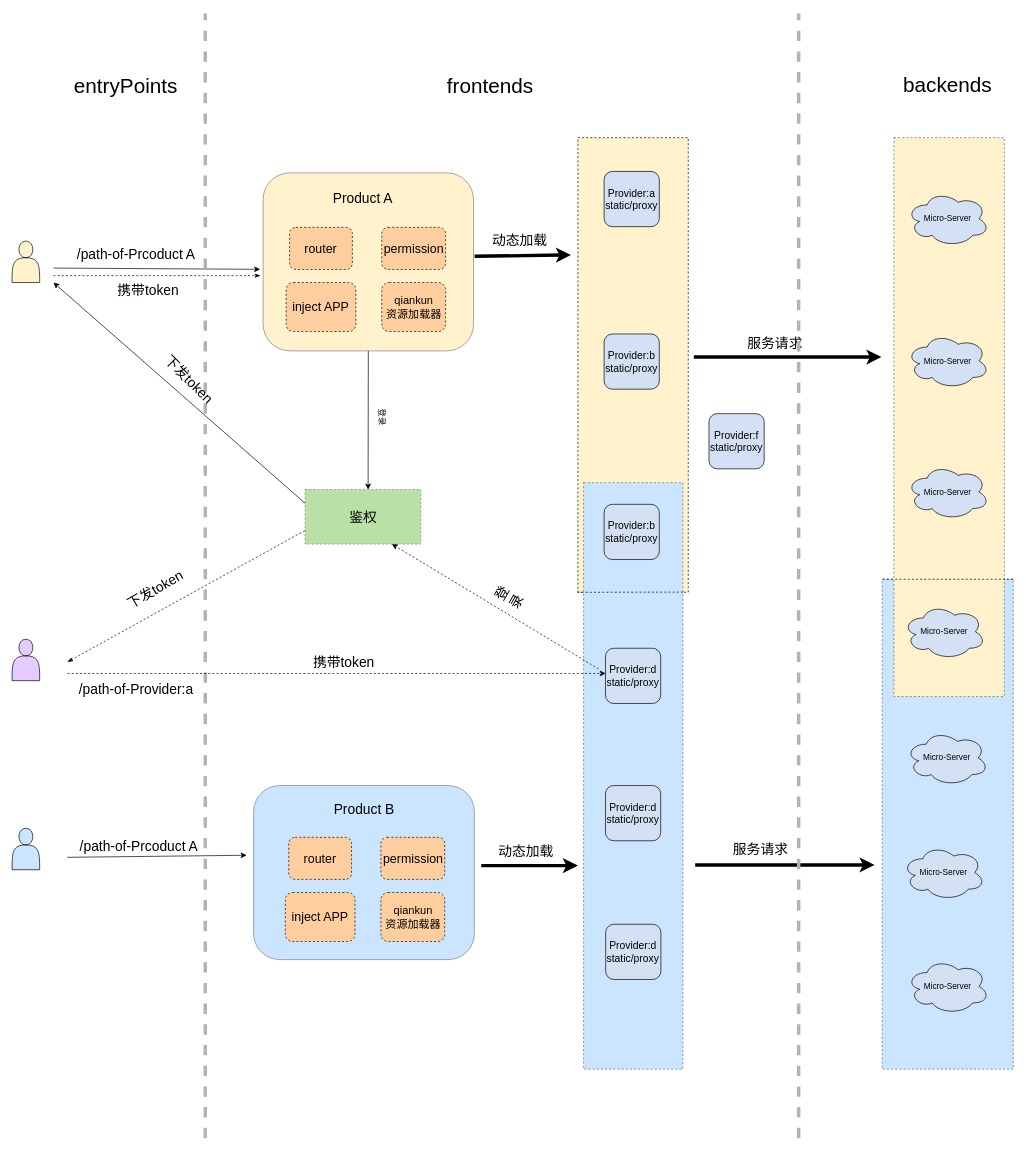
wall-wxk/12306 keeps this draw.io diagram as page "Page-3" (2 of 3) of Untitled Diagram.drawio. Above is the earlier version. Source tidied: cells renumbered, new cells numbered last; positions are measured from the earlier drawing's top-left corner, leaving out a move shared by most shapes. Both pictures are drawn from the tidied source at 69%, with x=0, y=0 at pixel (12, 13).
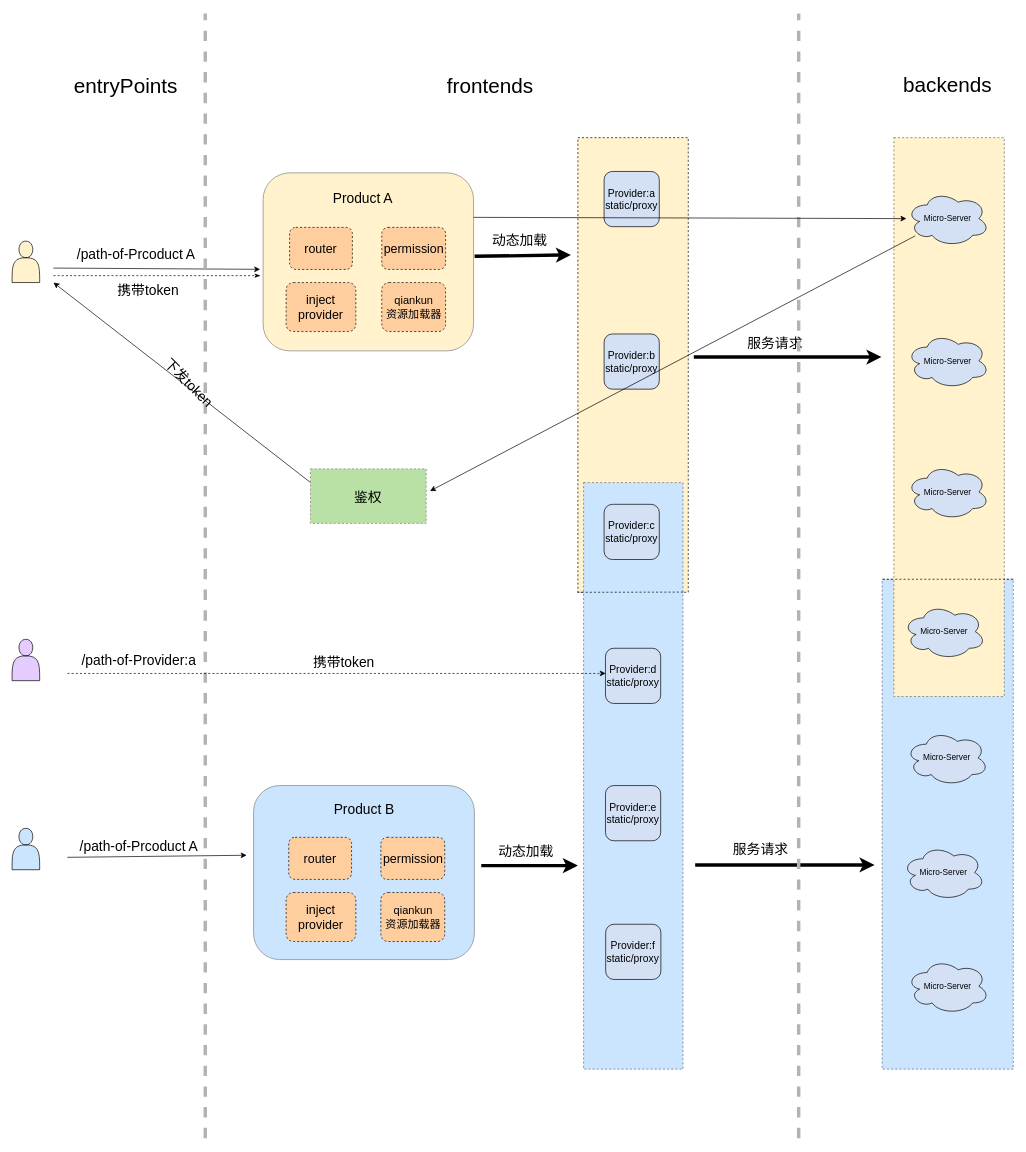
The same page after the edit.

The change refers to these unchanged cells:
```xml
<mxCell id="7" style="rounded=1;whiteSpace=wrap;html=1;strokeColor=#808080;fillColor=#FFF2CC;" parent="1" vertex="1">
  <mxGeometry x="363.8" y="231" width="305" height="258" as="geometry" />
</mxCell>
<mxCell id="16" value="&lt;span&gt;Micro-Server&lt;/span&gt;" style="ellipse;shape=cloud;whiteSpace=wrap;html=1;rounded=1;shadow=0;fillColor=#D4E1F5;" parent="1" vertex="1">
  <mxGeometry x="1296.2" y="257.5" width="120" height="80" as="geometry" />
</mxCell>
```

Change to the diagram source:
```diff
@@
-    <mxCell id="11" value="&lt;span&gt;&lt;font style=&quot;font-size: 18px&quot;&gt;inject APP&lt;/font&gt;&lt;/span&gt;" style="rounded=1;whiteSpace=wrap;html=1;shadow=0;fillColor=#FFCE9F;dashed=1;" parent="1" vertex="1">
+    <mxCell id="11" value="&lt;font style=&quot;font-size: 18px&quot;&gt;&lt;span&gt;&lt;font style=&quot;font-size: 18px&quot;&gt;inject pr&lt;/font&gt;&lt;/span&gt;ovider&lt;/font&gt;" style="rounded=1;whiteSpace=wrap;html=1;shadow=0;fillColor=#FFCE9F;dashed=1;" parent="1" vertex="1">
       <mxGeometry x="397.2" y="390" width="101" height="71" as="geometry" />
     </mxCell>
@@
-    <mxCell id="22" value="&lt;font style=&quot;font-size: 15px&quot;&gt;Provider:f&lt;br&gt;static/proxy&lt;/font&gt;" style="whiteSpace=wrap;html=1;rounded=1;fillColor=#D4E1F5;" parent="1" vertex="1">
-      <mxGeometry x="1010" y="580" width="80" height="80" as="geometry" />
-    </mxCell>
@@
-    <mxCell id="29" value="&lt;span&gt;&lt;font style=&quot;font-size: 18px&quot;&gt;inject APP&lt;/font&gt;&lt;/span&gt;" style="rounded=1;whiteSpace=wrap;html=1;shadow=0;fillColor=#FFCE9F;dashed=1;" parent="1" vertex="1">
-      <mxGeometry x="396" y="1274" width="101" height="71" as="geometry" />
-    </mxCell>
@@
-    <mxCell id="35" value="&lt;font style=&quot;font-size: 15px&quot;&gt;Provider:d&lt;br&gt;&lt;span&gt;static/proxy&lt;/span&gt;&lt;/font&gt;" style="whiteSpace=wrap;html=1;rounded=1;fillColor=#D4E1F5;" parent="1" vertex="1">
+    <mxCell id="35" value="&lt;font style=&quot;font-size: 15px&quot;&gt;Provider:f&lt;br&gt;&lt;span&gt;static/proxy&lt;/span&gt;&lt;/font&gt;" style="whiteSpace=wrap;html=1;rounded=1;fillColor=#D4E1F5;" parent="1" vertex="1">
       <mxGeometry x="860.3" y="1320" width="80" height="80" as="geometry" />
     </mxCell>
@@
     <mxCell id="40" value="&lt;span style=&quot;font-size: 20px&quot;&gt;鉴权&lt;/span&gt;" style="rounded=0;whiteSpace=wrap;html=1;shadow=0;dashed=1;strokeColor=#808080;fillColor=#B9E0A5;fontColor=#000000;" parent="1" vertex="1">
-      <mxGeometry x="424.6" y="690" width="167.8" height="79" as="geometry" />
+      <mxGeometry x="432.4" y="660" width="167.8" height="79" as="geometry" />
     </mxCell>
@@
-    <mxCell id="47" value="&lt;font style=&quot;font-size: 15px&quot;&gt;Provider:d&lt;br&gt;&lt;span&gt;static/proxy&lt;/span&gt;&lt;/font&gt;" style="whiteSpace=wrap;html=1;rounded=1;fillColor=#D4E1F5;" parent="1" vertex="1">
+    <mxCell id="47" value="&lt;font style=&quot;font-size: 15px&quot;&gt;Provider:e&lt;br&gt;&lt;span&gt;static/proxy&lt;/span&gt;&lt;/font&gt;" style="whiteSpace=wrap;html=1;rounded=1;fillColor=#D4E1F5;" parent="1" vertex="1">
       <mxGeometry x="860" y="1119" width="80" height="80" as="geometry" />
     </mxCell>
@@
-    <mxCell id="51" value="&lt;font style=&quot;font-size: 15px&quot;&gt;Provider:b&lt;br&gt;static/proxy&lt;/font&gt;" style="whiteSpace=wrap;html=1;rounded=1;fillColor=#D4E1F5;" parent="1" vertex="1">
+    <mxCell id="51" value="&lt;font style=&quot;font-size: 15px&quot;&gt;Provider:c&lt;br&gt;static/proxy&lt;/font&gt;" style="whiteSpace=wrap;html=1;rounded=1;fillColor=#D4E1F5;" parent="1" vertex="1">
       <mxGeometry x="858" y="711.4" width="80" height="80" as="geometry" />
     </mxCell>
@@
     <mxCell id="53" value="&lt;span style=&quot;font-size: 20px&quot;&gt;/path-of-Provider:a&lt;/span&gt;" style="text;html=1;strokeColor=none;fillColor=none;align=center;verticalAlign=middle;whiteSpace=wrap;rounded=0;shadow=0;" parent="1" vertex="1">
-      <mxGeometry x="80.3" y="967" width="200" height="23" as="geometry" />
+      <mxGeometry x="84" y="925.5" width="200" height="23" as="geometry" />
     </mxCell>
@@
-    <mxCell id="58" style="endArrow=classic;html=1;strokeColor=#000000;strokeWidth=1;fontColor=#000000;exitX=0.5;exitY=1;exitDx=0;exitDy=0;" parent="1" edge="1" source="7">
-      <mxGeometry relative="1" as="geometry">
-        <mxPoint x="516" y="690" as="targetPoint" />
-      </mxGeometry>
-    </mxCell>
@@
-    <mxCell id="60" style="endArrow=classic;html=1;strokeColor=#000000;strokeWidth=1;fontColor=#000000;dashed=1;entryX=0.75;entryY=1;entryDx=0;entryDy=0;" parent="1" edge="1" target="40">
-      <mxGeometry relative="1" as="geometry">
-        <mxPoint x="850" y="950" as="sourcePoint" />
-      </mxGeometry>
-    </mxCell>
-    <mxCell id="61" style="endArrow=none;dashed=1;html=1;strokeColor=#000000;strokeWidth=1;fontColor=#000000;startArrow=classicThin;startFill=1;entryX=0;entryY=0.75;entryDx=0;entryDy=0;" parent="1" edge="1" target="40">
-      <mxGeometry relative="1" as="geometry">
-        <mxPoint x="80" y="940" as="sourcePoint" />
-      </mxGeometry>
-    </mxCell>
-    <mxCell id="62" value="&lt;font style=&quot;font-size: 20px&quot;&gt;下发token&lt;/font&gt;" style="text;html=1;strokeColor=none;fillColor=none;align=center;verticalAlign=middle;whiteSpace=wrap;rounded=0;shadow=0;dashed=1;fontColor=#000000;rotation=-30;" parent="1" vertex="1">
-      <mxGeometry x="160" y="824" width="95" height="20" as="geometry" />
-    </mxCell>
@@
-    <mxCell id="64" value="&lt;font style=&quot;font-size: 20px&quot;&gt;登录&lt;/font&gt;" style="text;html=1;strokeColor=none;fillColor=none;align=center;verticalAlign=middle;whiteSpace=wrap;rounded=0;shadow=0;dashed=1;fontColor=#000000;rotation=-60;" parent="1" vertex="1">
-      <mxGeometry x="700" y="836" width="40" height="20" as="geometry" />
-    </mxCell>
-    <mxCell id="65" value="登录" style="text;html=1;strokeColor=none;fillColor=none;align=center;verticalAlign=middle;whiteSpace=wrap;rounded=0;rotation=90;" parent="1" vertex="1">
-      <mxGeometry x="515.8" y="575" width="40" height="20" as="geometry" />
-    </mxCell>
     <mxCell id="66" value="&lt;font style=&quot;font-size: 20px&quot;&gt;下发token&lt;/font&gt;" style="text;html=1;strokeColor=none;fillColor=none;align=center;verticalAlign=middle;whiteSpace=wrap;rounded=0;shadow=0;dashed=1;fontColor=#000000;rotation=45;" parent="1" vertex="1">
-      <mxGeometry x="210" y="520" width="95" height="20" as="geometry" />
+      <mxGeometry x="210" y="524.5" width="95" height="20" as="geometry" />
     </mxCell>
@@
+    <mxCell id="69" value="&lt;font style=&quot;font-size: 18px&quot;&gt;&lt;span&gt;&lt;font style=&quot;font-size: 18px&quot;&gt;inject pr&lt;/font&gt;&lt;/span&gt;ovider&lt;/font&gt;" style="rounded=1;whiteSpace=wrap;html=1;shadow=0;fillColor=#FFCE9F;dashed=1;" parent="1" vertex="1">
+      <mxGeometry x="397.2" y="1274" width="101" height="71" as="geometry" />
+    </mxCell>
+    <mxCell id="70" style="endArrow=classic;html=1;exitX=1;exitY=0.25;exitDx=0;exitDy=0;" parent="1" edge="1" source="7" target="16">
+      <mxGeometry relative="1" as="geometry" />
+    </mxCell>
+    <mxCell id="71" style="endArrow=classic;html=1;entryX=1.033;entryY=0.407;entryDx=0;entryDy=0;entryPerimeter=0;" parent="1" edge="1" source="16" target="40">
+      <mxGeometry relative="1" as="geometry" />
+    </mxCell>
```
